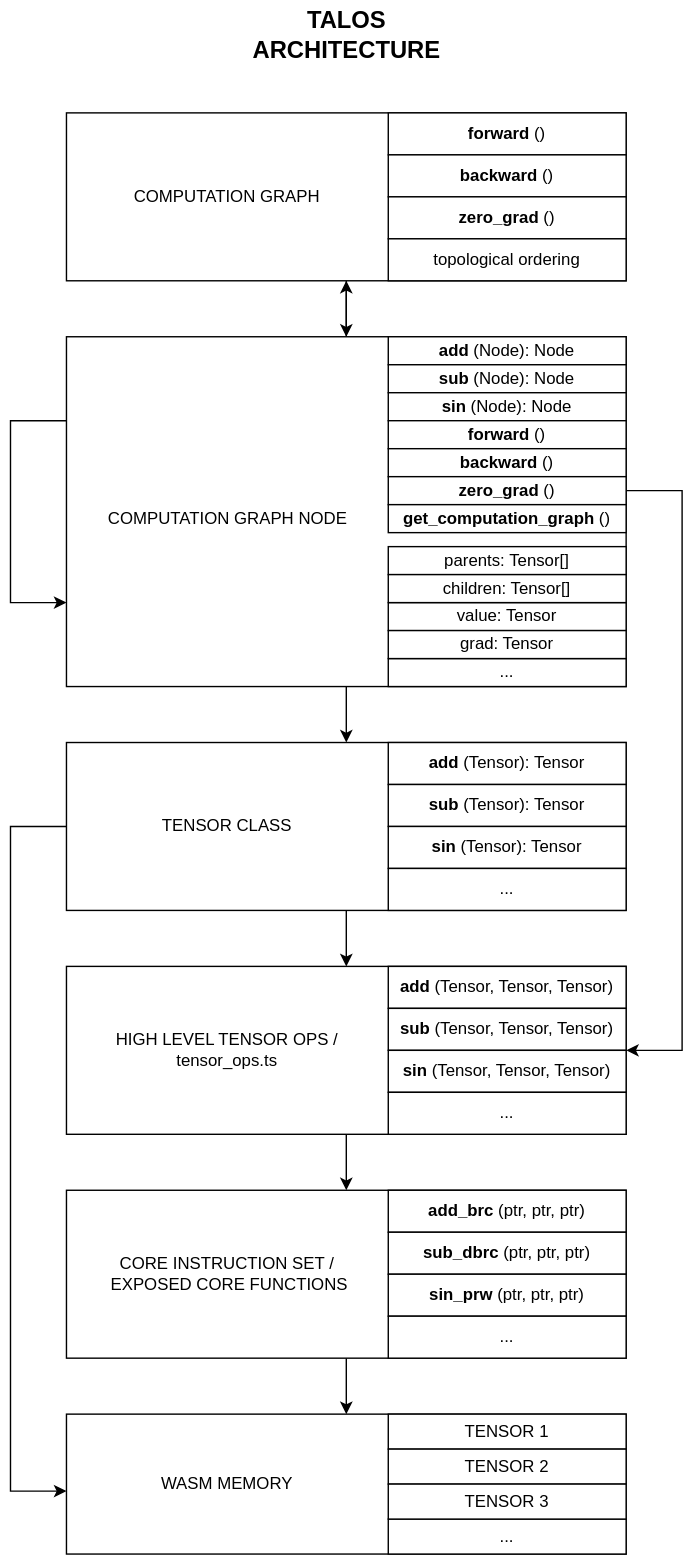
The draw.io diagram misc/architecture.svg in KargJonas/talos, before a commit. Source tidied: cells renumbered, new cells last; positions are measured from the earlier drawing's top-left corner, leaving out a move shared by most shapes. The source it was exported from:
```xml
<mxGraphModel>
  <root>
    <mxCell id="0" />
    <mxCell id="1" parent="0" />
    <mxCell id="2" style="edgeStyle=orthogonalEdgeStyle;rounded=0;jettySize=auto;html=1;" parent="1" edge="1" source="3" target="13">
      <mxGeometry relative="1" as="geometry">
        <Array as="points">
          <mxPoint x="240" y="990" />
          <mxPoint x="240" y="990" />
        </Array>
      </mxGeometry>
    </mxCell>
    <mxCell id="3" style="rounded=0;whiteSpace=wrap;html=1;" parent="1" vertex="1">
      <mxGeometry x="40" y="850" width="400" height="120" as="geometry" />
    </mxCell>
    <mxCell id="4" style="edgeStyle=orthogonalEdgeStyle;rounded=0;jettySize=auto;html=1;" parent="1" edge="1" source="5" target="3">
      <mxGeometry relative="1" as="geometry">
        <Array as="points">
          <mxPoint x="240" y="830" />
          <mxPoint x="240" y="830" />
        </Array>
      </mxGeometry>
    </mxCell>
    <mxCell id="5" style="rounded=0;whiteSpace=wrap;html=1;" parent="1" vertex="1">
      <mxGeometry x="40" y="690" width="400" height="120" as="geometry" />
    </mxCell>
    <mxCell id="6" style="edgeStyle=orthogonalEdgeStyle;rounded=0;jettySize=auto;html=1;" parent="1" edge="1" source="8" target="13">
      <mxGeometry relative="1" as="geometry">
        <Array as="points">
          <mxPoint y="590" />
          <mxPoint y="1065" />
        </Array>
      </mxGeometry>
    </mxCell>
    <mxCell id="7" style="edgeStyle=orthogonalEdgeStyle;rounded=0;jettySize=auto;html=1;" parent="1" edge="1" source="8" target="5">
      <mxGeometry relative="1" as="geometry">
        <Array as="points">
          <mxPoint x="240" y="670" />
          <mxPoint x="240" y="670" />
        </Array>
      </mxGeometry>
    </mxCell>
    <mxCell id="8" style="rounded=0;whiteSpace=wrap;html=1;" parent="1" vertex="1">
      <mxGeometry x="40" y="530" width="400" height="120" as="geometry" />
    </mxCell>
    <mxCell id="9" style="edgeStyle=orthogonalEdgeStyle;rounded=0;jettySize=auto;html=1;" parent="1" edge="1" source="35" target="8">
      <mxGeometry relative="1" as="geometry">
        <Array as="points">
          <mxPoint x="240" y="500" />
          <mxPoint x="240" y="500" />
        </Array>
      </mxGeometry>
    </mxCell>
    <mxCell id="10" style="edgeStyle=orthogonalEdgeStyle;rounded=0;jettySize=auto;html=1;" parent="1" edge="1" source="35" target="5">
      <mxGeometry relative="1" as="geometry">
        <Array as="points">
          <mxPoint x="480" y="350" />
          <mxPoint x="480" y="750" />
        </Array>
      </mxGeometry>
    </mxCell>
    <mxCell id="11" style="edgeStyle=orthogonalEdgeStyle;rounded=0;jettySize=auto;html=1;" parent="1" edge="1" source="12" target="35">
      <mxGeometry relative="1" as="geometry">
        <Array as="points">
          <mxPoint x="260" y="330" />
          <mxPoint x="260" y="330" />
        </Array>
      </mxGeometry>
    </mxCell>
    <mxCell id="12" style="rounded=0;whiteSpace=wrap;html=1;" parent="1" vertex="1">
      <mxGeometry x="40" y="80" width="400" height="120" as="geometry" />
    </mxCell>
    <mxCell id="13" style="rounded=0;whiteSpace=wrap;html=1;" parent="1" vertex="1">
      <mxGeometry x="40" y="1010" width="400" height="100" as="geometry" />
    </mxCell>
    <mxCell id="14" value="WASM MEMORY" style="text;html=1;align=center;verticalAlign=middle;whiteSpace=wrap;rounded=0;" parent="1" vertex="1">
      <mxGeometry x="95" y="1045" width="120" height="30" as="geometry" />
    </mxCell>
    <mxCell id="15" value="TENSOR 1" style="html=1;whiteSpace=wrap;" parent="1" vertex="1">
      <mxGeometry x="270" y="1010" width="170" height="25" as="geometry" />
    </mxCell>
    <mxCell id="16" value="TENSOR 2" style="html=1;whiteSpace=wrap;" parent="1" vertex="1">
      <mxGeometry x="270" y="1035" width="170" height="25" as="geometry" />
    </mxCell>
    <mxCell id="17" value="..." style="html=1;whiteSpace=wrap;" parent="1" vertex="1">
      <mxGeometry x="270" y="1085" width="170" height="25" as="geometry" />
    </mxCell>
    <mxCell id="18" value="&lt;b&gt;add_brc&lt;/b&gt; (ptr, ptr, ptr)" style="rounded=0;whiteSpace=wrap;html=1;" parent="1" vertex="1">
      <mxGeometry x="270" y="850" width="170" height="30" as="geometry" />
    </mxCell>
    <mxCell id="19" value="CORE INSTRUCTION SET /&lt;div&gt;&amp;nbsp;EXPOSED CORE FUNCTIONS&lt;/div&gt;" style="text;html=1;align=center;verticalAlign=middle;whiteSpace=wrap;rounded=0;" parent="1" vertex="1">
      <mxGeometry x="60" y="895" width="190" height="30" as="geometry" />
    </mxCell>
    <mxCell id="20" value="&lt;b&gt;sub_dbrc&amp;nbsp;&lt;/b&gt;(ptr, ptr, ptr)" style="rounded=0;whiteSpace=wrap;html=1;" parent="1" vertex="1">
      <mxGeometry x="270" y="880" width="170" height="30" as="geometry" />
    </mxCell>
    <mxCell id="21" value="&lt;b&gt;sin_prw&amp;nbsp;&lt;/b&gt;(ptr, ptr, ptr)" style="rounded=0;whiteSpace=wrap;html=1;" parent="1" vertex="1">
      <mxGeometry x="270" y="910" width="170" height="30" as="geometry" />
    </mxCell>
    <mxCell id="22" value="..." style="rounded=0;whiteSpace=wrap;html=1;" parent="1" vertex="1">
      <mxGeometry x="270" y="940" width="170" height="30" as="geometry" />
    </mxCell>
    <mxCell id="23" value="HIGH LEVEL TENSOR OPS /&lt;div&gt;tensor_ops.ts&lt;/div&gt;" style="text;html=1;align=center;verticalAlign=middle;whiteSpace=wrap;rounded=0;" parent="1" vertex="1">
      <mxGeometry x="40" y="735" width="230" height="30" as="geometry" />
    </mxCell>
    <mxCell id="24" value="&lt;b&gt;add&lt;/b&gt; (Tensor, Tensor, Tensor)" style="rounded=0;whiteSpace=wrap;html=1;" parent="1" vertex="1">
      <mxGeometry x="270" y="690" width="170" height="30" as="geometry" />
    </mxCell>
    <mxCell id="25" value="&lt;b&gt;sub&lt;/b&gt; (Tensor, Tensor, Tensor)" style="rounded=0;whiteSpace=wrap;html=1;" parent="1" vertex="1">
      <mxGeometry x="270" y="720" width="170" height="30" as="geometry" />
    </mxCell>
    <mxCell id="26" value="&lt;b&gt;sin&amp;nbsp;&lt;/b&gt;(Tensor, Tensor, Tensor)" style="rounded=0;whiteSpace=wrap;html=1;" parent="1" vertex="1">
      <mxGeometry x="270" y="750" width="170" height="30" as="geometry" />
    </mxCell>
    <mxCell id="27" value="..." style="rounded=0;whiteSpace=wrap;html=1;" parent="1" vertex="1">
      <mxGeometry x="270" y="780" width="170" height="30" as="geometry" />
    </mxCell>
    <mxCell id="28" value="&lt;b&gt;add&lt;/b&gt; (Tensor): Tensor" style="rounded=0;whiteSpace=wrap;html=1;" parent="1" vertex="1">
      <mxGeometry x="270" y="530" width="170" height="30" as="geometry" />
    </mxCell>
    <mxCell id="29" value="&lt;b&gt;sub&lt;/b&gt; (Tensor): Tensor" style="rounded=0;whiteSpace=wrap;html=1;" parent="1" vertex="1">
      <mxGeometry x="270" y="560" width="170" height="30" as="geometry" />
    </mxCell>
    <mxCell id="30" value="&lt;b&gt;sin&lt;/b&gt; (Tensor): Tensor" style="rounded=0;whiteSpace=wrap;html=1;" parent="1" vertex="1">
      <mxGeometry x="270" y="590" width="170" height="30" as="geometry" />
    </mxCell>
    <mxCell id="31" value="..." style="rounded=0;whiteSpace=wrap;html=1;" parent="1" vertex="1">
      <mxGeometry x="270" y="620" width="170" height="30" as="geometry" />
    </mxCell>
    <mxCell id="32" value="TENSOR 3" style="html=1;whiteSpace=wrap;" parent="1" vertex="1">
      <mxGeometry x="270" y="1060" width="170" height="25" as="geometry" />
    </mxCell>
    <mxCell id="33" value="TENSOR CLASS" style="text;html=1;align=center;verticalAlign=middle;whiteSpace=wrap;rounded=0;" parent="1" vertex="1">
      <mxGeometry x="105" y="575" width="100" height="30" as="geometry" />
    </mxCell>
    <mxCell id="34" style="edgeStyle=orthogonalEdgeStyle;rounded=0;jettySize=auto;html=1;" parent="1" edge="1" source="35" target="12">
      <mxGeometry relative="1" as="geometry">
        <Array as="points">
          <mxPoint x="220" y="330" />
          <mxPoint x="220" y="330" />
        </Array>
      </mxGeometry>
    </mxCell>
    <mxCell id="35" style="rounded=0;whiteSpace=wrap;html=1;" parent="1" vertex="1">
      <mxGeometry x="40" y="240" width="400" height="250" as="geometry" />
    </mxCell>
    <mxCell id="36" value="&lt;b&gt;add&lt;/b&gt; (Node): Node" style="rounded=0;whiteSpace=wrap;html=1;" parent="1" vertex="1">
      <mxGeometry x="270" y="240" width="170" height="20" as="geometry" />
    </mxCell>
    <mxCell id="37" value="&lt;b&gt;sub&lt;/b&gt; (Node): Node" style="rounded=0;whiteSpace=wrap;html=1;" parent="1" vertex="1">
      <mxGeometry x="270" y="260" width="170" height="20" as="geometry" />
    </mxCell>
    <mxCell id="38" value="&lt;b&gt;sin&lt;/b&gt; (Node): Node" style="rounded=0;whiteSpace=wrap;html=1;" parent="1" vertex="1">
      <mxGeometry x="270" y="280" width="170" height="20" as="geometry" />
    </mxCell>
    <mxCell id="39" value="..." style="rounded=0;whiteSpace=wrap;html=1;" parent="1" vertex="1">
      <mxGeometry x="270" y="470" width="170" height="20" as="geometry" />
    </mxCell>
    <mxCell id="40" value="COMPUTATION GRAPH NODE" style="text;html=1;align=center;verticalAlign=middle;strokeColor=none;fillColor=none;" parent="1" vertex="1">
      <mxGeometry x="60" y="355" width="190" height="30" as="geometry" />
    </mxCell>
    <mxCell id="41" style="edgeStyle=orthogonalEdgeStyle;rounded=0;orthogonalLoop=1;jettySize=auto;html=1;" parent="1" edge="1" source="35" target="35">
      <mxGeometry relative="1" as="geometry">
        <Array as="points">
          <mxPoint y="300" />
        </Array>
      </mxGeometry>
    </mxCell>
    <mxCell id="42" value="COMPUTATION GRAPH" style="text;html=1;align=center;verticalAlign=middle;whiteSpace=wrap;rounded=0;" parent="1" vertex="1">
      <mxGeometry x="80" y="125" width="150" height="30" as="geometry" />
    </mxCell>
    <mxCell id="43" value="&lt;b&gt;forward &lt;/b&gt;()" style="rounded=0;whiteSpace=wrap;html=1;" parent="1" vertex="1">
      <mxGeometry x="270" y="80" width="170" height="30" as="geometry" />
    </mxCell>
    <mxCell id="44" value="&lt;b&gt;backward&lt;/b&gt;&amp;nbsp;()" style="rounded=0;whiteSpace=wrap;html=1;" parent="1" vertex="1">
      <mxGeometry x="270" y="110" width="170" height="30" as="geometry" />
    </mxCell>
    <mxCell id="45" value="&lt;b&gt;zero_grad &lt;/b&gt;()" style="rounded=0;whiteSpace=wrap;html=1;" parent="1" vertex="1">
      <mxGeometry x="270" y="140" width="170" height="30" as="geometry" />
    </mxCell>
    <mxCell id="46" value="topological ordering" style="rounded=0;whiteSpace=wrap;html=1;" parent="1" vertex="1">
      <mxGeometry x="270" y="170" width="170" height="30" as="geometry" />
    </mxCell>
    <mxCell id="47" value="&lt;b&gt;forward &lt;/b&gt;()" style="rounded=0;whiteSpace=wrap;html=1;" parent="1" vertex="1">
      <mxGeometry x="270" y="300" width="170" height="20" as="geometry" />
    </mxCell>
    <mxCell id="48" value="&lt;b&gt;backward &lt;/b&gt;()" style="rounded=0;whiteSpace=wrap;html=1;" parent="1" vertex="1">
      <mxGeometry x="270" y="320" width="170" height="20" as="geometry" />
    </mxCell>
    <mxCell id="49" value="&lt;b&gt;zero_grad&amp;nbsp;&lt;/b&gt;()" style="rounded=0;whiteSpace=wrap;html=1;" parent="1" vertex="1">
      <mxGeometry x="270" y="340" width="170" height="20" as="geometry" />
    </mxCell>
    <mxCell id="50" value="&lt;b&gt;get_computation_graph &lt;/b&gt;()" style="rounded=0;whiteSpace=wrap;html=1;" parent="1" vertex="1">
      <mxGeometry x="270" y="360" width="170" height="20" as="geometry" />
    </mxCell>
    <mxCell id="51" value="value: Tensor" style="rounded=0;whiteSpace=wrap;html=1;" parent="1" vertex="1">
      <mxGeometry x="270" y="430" width="170" height="20" as="geometry" />
    </mxCell>
    <mxCell id="52" value="grad: Tensor" style="rounded=0;whiteSpace=wrap;html=1;" parent="1" vertex="1">
      <mxGeometry x="270" y="450" width="170" height="20" as="geometry" />
    </mxCell>
    <mxCell id="53" value="parents: Tensor[]" style="rounded=0;whiteSpace=wrap;html=1;" parent="1" vertex="1">
      <mxGeometry x="270" y="390" width="170" height="20" as="geometry" />
    </mxCell>
    <mxCell id="54" value="children: Tensor[]" style="rounded=0;whiteSpace=wrap;html=1;" parent="1" vertex="1">
      <mxGeometry x="270" y="410" width="170" height="20" as="geometry" />
    </mxCell>
    <mxCell id="55" value="&lt;span style=&quot;font-size: 17px;&quot;&gt;&lt;b&gt;TALOS&lt;/b&gt;&lt;/span&gt;&lt;div&gt;&lt;span style=&quot;font-size: 17px;&quot;&gt;&lt;b&gt;ARCHITECTURE&lt;/b&gt;&lt;/span&gt;&lt;/div&gt;" style="text;html=1;align=center;verticalAlign=middle;strokeColor=none;fillColor=none;" parent="1" vertex="1">
      <mxGeometry x="160" width="160" height="50" as="geometry" />
    </mxCell>
  </root>
</mxGraphModel>
```
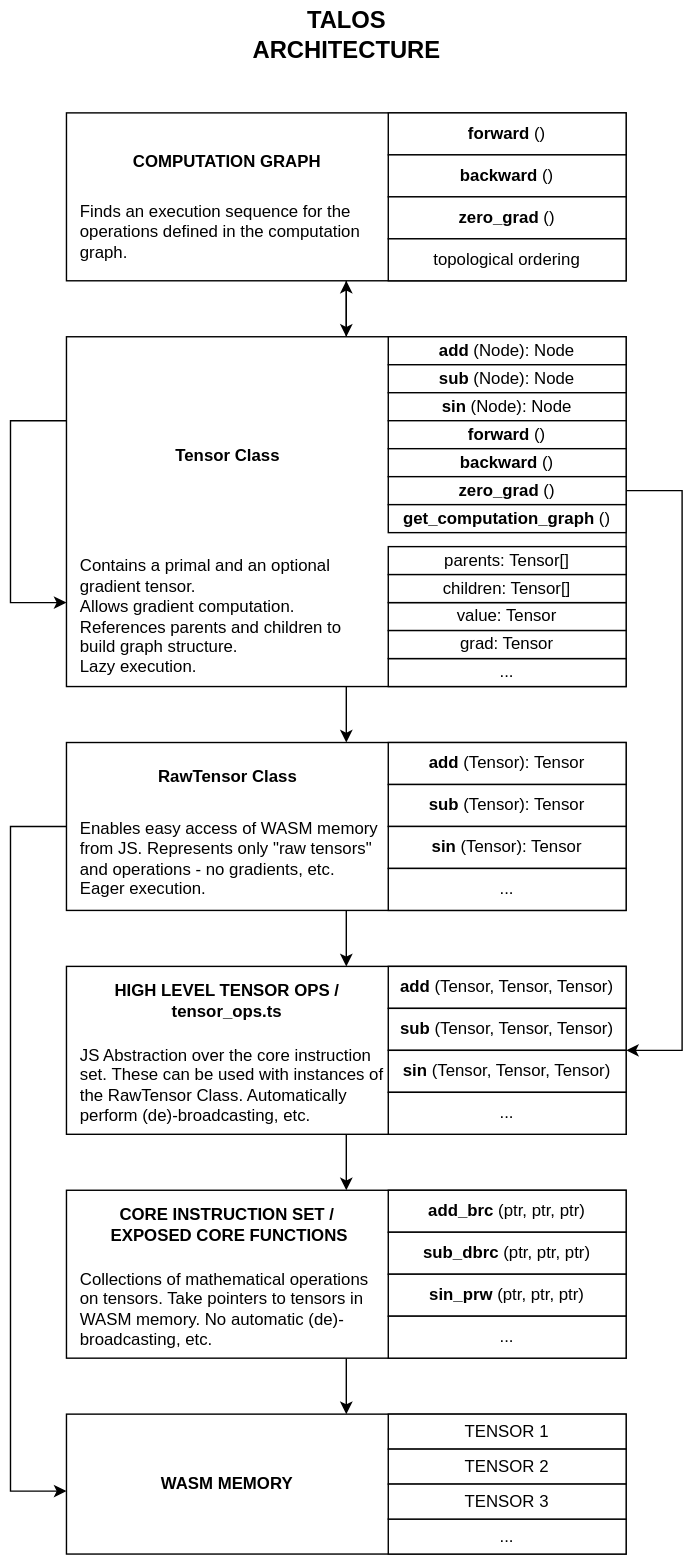
After the commit.

Commit message:
Updated the architecture diagram

Change to the diagram source:
```diff
@@ -73,7 +73,7 @@
     <mxCell id="13" style="rounded=0;whiteSpace=wrap;html=1;" parent="1" vertex="1">
       <mxGeometry x="40" y="1010" width="400" height="100" as="geometry" />
     </mxCell>
-    <mxCell id="14" value="WASM MEMORY" style="text;html=1;align=center;verticalAlign=middle;whiteSpace=wrap;rounded=0;" parent="1" vertex="1">
+    <mxCell id="14" value="&lt;b&gt;WASM MEMORY&lt;/b&gt;" style="text;html=1;align=center;verticalAlign=middle;whiteSpace=wrap;rounded=0;" parent="1" vertex="1">
       <mxGeometry x="95" y="1045" width="120" height="30" as="geometry" />
     </mxCell>
     <mxCell id="15" value="TENSOR 1" style="html=1;whiteSpace=wrap;" parent="1" vertex="1">
@@ -88,8 +88,8 @@
     <mxCell id="18" value="&lt;b&gt;add_brc&lt;/b&gt; (ptr, ptr, ptr)" style="rounded=0;whiteSpace=wrap;html=1;" parent="1" vertex="1">
       <mxGeometry x="270" y="850" width="170" height="30" as="geometry" />
     </mxCell>
-    <mxCell id="19" value="CORE INSTRUCTION SET /&lt;div&gt;&amp;nbsp;EXPOSED CORE FUNCTIONS&lt;/div&gt;" style="text;html=1;align=center;verticalAlign=middle;whiteSpace=wrap;rounded=0;" parent="1" vertex="1">
-      <mxGeometry x="60" y="895" width="190" height="30" as="geometry" />
+    <mxCell id="19" value="&lt;b&gt;CORE INSTRUCTION SET /&lt;/b&gt;&lt;div&gt;&lt;b&gt;&amp;nbsp;EXPOSED CORE FUNCTIONS&lt;/b&gt;&lt;/div&gt;" style="text;html=1;align=center;verticalAlign=middle;whiteSpace=wrap;rounded=0;" parent="1" vertex="1">
+      <mxGeometry x="60" y="860" width="190" height="30" as="geometry" />
     </mxCell>
     <mxCell id="20" value="&lt;b&gt;sub_dbrc&amp;nbsp;&lt;/b&gt;(ptr, ptr, ptr)" style="rounded=0;whiteSpace=wrap;html=1;" parent="1" vertex="1">
       <mxGeometry x="270" y="880" width="170" height="30" as="geometry" />
@@ -100,8 +100,8 @@
     <mxCell id="22" value="..." style="rounded=0;whiteSpace=wrap;html=1;" parent="1" vertex="1">
       <mxGeometry x="270" y="940" width="170" height="30" as="geometry" />
     </mxCell>
-    <mxCell id="23" value="HIGH LEVEL TENSOR OPS /&lt;div&gt;tensor_ops.ts&lt;/div&gt;" style="text;html=1;align=center;verticalAlign=middle;whiteSpace=wrap;rounded=0;" parent="1" vertex="1">
-      <mxGeometry x="40" y="735" width="230" height="30" as="geometry" />
+    <mxCell id="23" value="&lt;b&gt;HIGH LEVEL TENSOR OPS /&lt;/b&gt;&lt;div&gt;&lt;b&gt;tensor_ops.ts&lt;/b&gt;&lt;/div&gt;" style="text;html=1;align=center;verticalAlign=middle;whiteSpace=wrap;rounded=0;" parent="1" vertex="1">
+      <mxGeometry x="40" y="700" width="230" height="30" as="geometry" />
     </mxCell>
     <mxCell id="24" value="&lt;b&gt;add&lt;/b&gt; (Tensor, Tensor, Tensor)" style="rounded=0;whiteSpace=wrap;html=1;" parent="1" vertex="1">
       <mxGeometry x="270" y="690" width="170" height="30" as="geometry" />
@@ -130,8 +130,8 @@
     <mxCell id="32" value="TENSOR 3" style="html=1;whiteSpace=wrap;" parent="1" vertex="1">
       <mxGeometry x="270" y="1060" width="170" height="25" as="geometry" />
     </mxCell>
-    <mxCell id="33" value="TENSOR CLASS" style="text;html=1;align=center;verticalAlign=middle;whiteSpace=wrap;rounded=0;" parent="1" vertex="1">
-      <mxGeometry x="105" y="575" width="100" height="30" as="geometry" />
+    <mxCell id="33" value="&lt;b&gt;RawTensor Class&lt;/b&gt;" style="text;html=1;align=center;verticalAlign=middle;whiteSpace=wrap;rounded=0;" parent="1" vertex="1">
+      <mxGeometry x="102.5" y="540" width="105" height="30" as="geometry" />
     </mxCell>
     <mxCell id="34" style="edgeStyle=orthogonalEdgeStyle;rounded=0;jettySize=auto;html=1;" parent="1" edge="1" source="35" target="12">
       <mxGeometry relative="1" as="geometry">
@@ -156,8 +156,8 @@
     <mxCell id="39" value="..." style="rounded=0;whiteSpace=wrap;html=1;" parent="1" vertex="1">
       <mxGeometry x="270" y="470" width="170" height="20" as="geometry" />
     </mxCell>
-    <mxCell id="40" value="COMPUTATION GRAPH NODE" style="text;html=1;align=center;verticalAlign=middle;strokeColor=none;fillColor=none;" parent="1" vertex="1">
-      <mxGeometry x="60" y="355" width="190" height="30" as="geometry" />
+    <mxCell id="40" value="&lt;b&gt;Tensor Class&lt;/b&gt;" style="text;html=1;align=center;verticalAlign=middle;strokeColor=none;fillColor=none;" parent="1" vertex="1">
+      <mxGeometry x="105" y="310" width="100" height="30" as="geometry" />
     </mxCell>
     <mxCell id="41" style="edgeStyle=orthogonalEdgeStyle;rounded=0;orthogonalLoop=1;jettySize=auto;html=1;" parent="1" edge="1" source="35" target="35">
       <mxGeometry relative="1" as="geometry">
@@ -166,8 +166,8 @@
         </Array>
       </mxGeometry>
     </mxCell>
-    <mxCell id="42" value="COMPUTATION GRAPH" style="text;html=1;align=center;verticalAlign=middle;whiteSpace=wrap;rounded=0;" parent="1" vertex="1">
-      <mxGeometry x="80" y="125" width="150" height="30" as="geometry" />
+    <mxCell id="42" value="&lt;b&gt;COMPUTATION GRAPH&lt;/b&gt;" style="text;html=1;align=center;verticalAlign=middle;whiteSpace=wrap;rounded=0;" parent="1" vertex="1">
+      <mxGeometry x="80" y="100" width="150" height="30" as="geometry" />
     </mxCell>
     <mxCell id="43" value="&lt;b&gt;forward &lt;/b&gt;()" style="rounded=0;whiteSpace=wrap;html=1;" parent="1" vertex="1">
       <mxGeometry x="270" y="80" width="170" height="30" as="geometry" />
@@ -208,5 +208,20 @@
     <mxCell id="55" value="&lt;span style=&quot;font-size: 17px;&quot;&gt;&lt;b&gt;TALOS&lt;/b&gt;&lt;/span&gt;&lt;div&gt;&lt;span style=&quot;font-size: 17px;&quot;&gt;&lt;b&gt;ARCHITECTURE&lt;/b&gt;&lt;/span&gt;&lt;/div&gt;" style="text;html=1;align=center;verticalAlign=middle;strokeColor=none;fillColor=none;" parent="1" vertex="1">
       <mxGeometry x="160" width="160" height="50" as="geometry" />
     </mxCell>
+    <mxCell id="56" value="&lt;span style=&quot;background-color: initial;&quot;&gt;Contains a primal and an optional gradient tensor.&lt;/span&gt;&lt;div&gt;&lt;span style=&quot;background-color: initial;&quot;&gt;Allows gradient computation.&lt;/span&gt;&lt;/div&gt;&lt;div&gt;&lt;span style=&quot;background-color: initial;&quot;&gt;References parents and children to build graph structure.&lt;/span&gt;&lt;span style=&quot;background-color: initial;&quot;&gt;&lt;br&gt;&lt;/span&gt;&lt;/div&gt;&lt;div&gt;Lazy execution.&lt;/div&gt;" style="text;html=1;align=left;verticalAlign=middle;whiteSpace=wrap;rounded=0;" parent="1" vertex="1">
+      <mxGeometry x="47.5" y="400" width="215" height="80" as="geometry" />
+    </mxCell>
+    <mxCell id="57" value="Enables easy access of WASM memory from JS. Represents only &quot;raw tensors&quot; and operations - n&lt;span style=&quot;background-color: initial;&quot;&gt;o gradients, etc. Eager execution.&lt;/span&gt;" style="text;html=1;align=left;verticalAlign=middle;whiteSpace=wrap;rounded=0;" parent="1" vertex="1">
+      <mxGeometry x="47.5" y="580" width="215" height="65" as="geometry" />
+    </mxCell>
+    <mxCell id="58" value="JS Abstraction over the core instruction set.&amp;nbsp;&lt;span style=&quot;background-color: initial;&quot;&gt;These can be used with instances of the RawTensor Class. Automatically perform (de)-broadcasting, etc.&lt;/span&gt;" style="text;html=1;align=left;verticalAlign=middle;whiteSpace=wrap;rounded=0;" parent="1" vertex="1">
+      <mxGeometry x="47.5" y="750" width="220" height="50" as="geometry" />
+    </mxCell>
+    <mxCell id="59" value="Collections of mathematical operations on tensors. Take pointers to tensors in WASM memory. No automatic (de)-broadcasting, etc." style="text;html=1;align=left;verticalAlign=middle;whiteSpace=wrap;rounded=0;" parent="1" vertex="1">
+      <mxGeometry x="47.5" y="910" width="220" height="50" as="geometry" />
+    </mxCell>
+    <mxCell id="60" value="Finds an execution sequence for the operations defined in the computation graph." style="text;html=1;align=left;verticalAlign=middle;whiteSpace=wrap;rounded=0;" parent="1" vertex="1">
+      <mxGeometry x="47.5" y="140" width="215" height="50" as="geometry" />
+    </mxCell>
   </root>
 </mxGraphModel>
```
